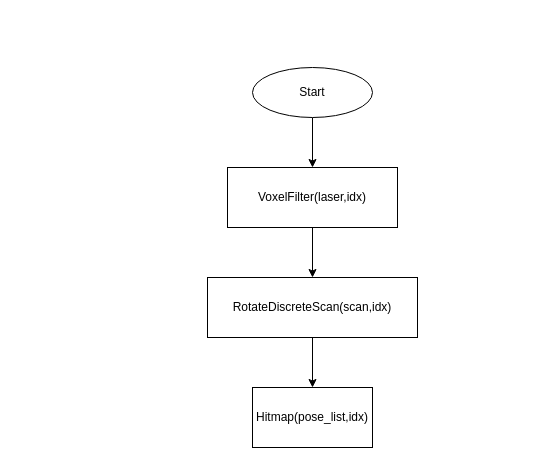
The draw.io diagram page "ScanMatch" (4 of 4) of Untitled Diagram.drawio in peitianyu/draw.io, before the edit. Source tidied: cells renumbered, new cells numbered last; positions are measured from the earlier drawing's top-left corner, leaving out a move shared by most shapes. Both pictures are drawn from the tidied source at 100%, with x=0, y=0 at pixel (207, 67).
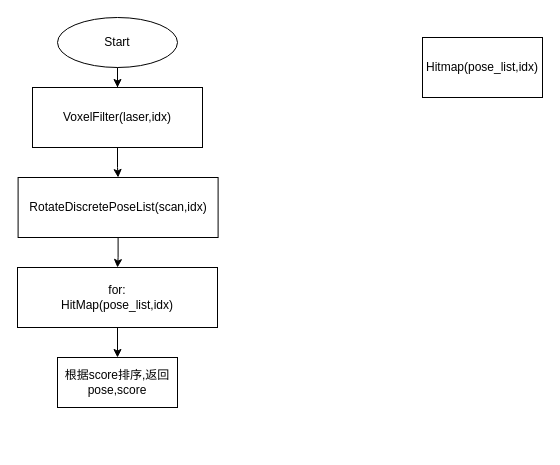
After the change.

Change to the diagram source:
```diff
@@
 <mxGraphModel>
   <root>
     <mxCell id="0" />
     <mxCell id="1" parent="0" />
     <mxCell id="2" style="edgeStyle=orthogonalEdgeStyle;rounded=0;jettySize=auto;html=1;" parent="1" edge="1" source="3" target="5">
       <mxGeometry relative="1" as="geometry" />
     </mxCell>
     <mxCell id="3" value="Start" style="ellipse;whiteSpace=wrap;html=1;" parent="1" vertex="1">
-      <mxGeometry x="45" width="120" height="50" as="geometry" />
+      <mxGeometry x="-150" y="-50" width="120" height="50" as="geometry" />
     </mxCell>
     <mxCell id="4" style="edgeStyle=orthogonalEdgeStyle;rounded=0;jettySize=auto;html=1;" parent="1" edge="1" source="5" target="7">
       <mxGeometry relative="1" as="geometry" />
     </mxCell>
     <mxCell id="5" value="VoxelFilter(laser,idx)" style="whiteSpace=wrap;html=1;" parent="1" vertex="1">
-      <mxGeometry x="20" y="100" width="170" height="60" as="geometry" />
+      <mxGeometry x="-175" y="20" width="170" height="60" as="geometry" />
     </mxCell>
     <mxCell id="6" style="edgeStyle=orthogonalEdgeStyle;rounded=0;jettySize=auto;html=1;" parent="1" edge="1" source="7" target="8">
       <mxGeometry relative="1" as="geometry" />
     </mxCell>
-    <mxCell id="7" value="RotateDiscreteScan(scan,idx)" style="whiteSpace=wrap;html=1;" parent="1" vertex="1">
-      <mxGeometry y="210" width="210" height="60" as="geometry" />
+    <mxCell id="7" value="RotateDiscretePoseList(scan,idx)" style="whiteSpace=wrap;html=1;" parent="1" vertex="1">
+      <mxGeometry x="-189.4" y="110" width="200" height="60" as="geometry" />
     </mxCell>
+    <mxCell id="9" style="edgeStyle=orthogonalEdgeStyle;rounded=0;jettySize=auto;html=1;" parent="1" edge="1" source="8" target="11">
+      <mxGeometry relative="1" as="geometry" />
+    </mxCell>
-    <mxCell id="8" value="Hitmap(pose_list,idx)" style="whiteSpace=wrap;html=1;" parent="1" vertex="1">
-      <mxGeometry x="45" y="320" width="120" height="60" as="geometry" />
+    <mxCell id="8" value="for:&lt;br&gt;HitMap(pose_list,idx)" style="whiteSpace=wrap;html=1;" parent="1" vertex="1">
+      <mxGeometry x="-190" y="200" width="200" height="60" as="geometry" />
     </mxCell>
+    <mxCell id="10" value="Hitmap(pose_list,idx)" style="whiteSpace=wrap;html=1;" parent="1" vertex="1">
+      <mxGeometry x="215" y="-30" width="120" height="60" as="geometry" />
+    </mxCell>
+    <mxCell id="11" value="根据score排序,返回pose,score" style="whiteSpace=wrap;html=1;" parent="1" vertex="1">
+      <mxGeometry x="-150" y="290" width="120" height="50" as="geometry" />
+    </mxCell>
   </root>
 </mxGraphModel>
```
